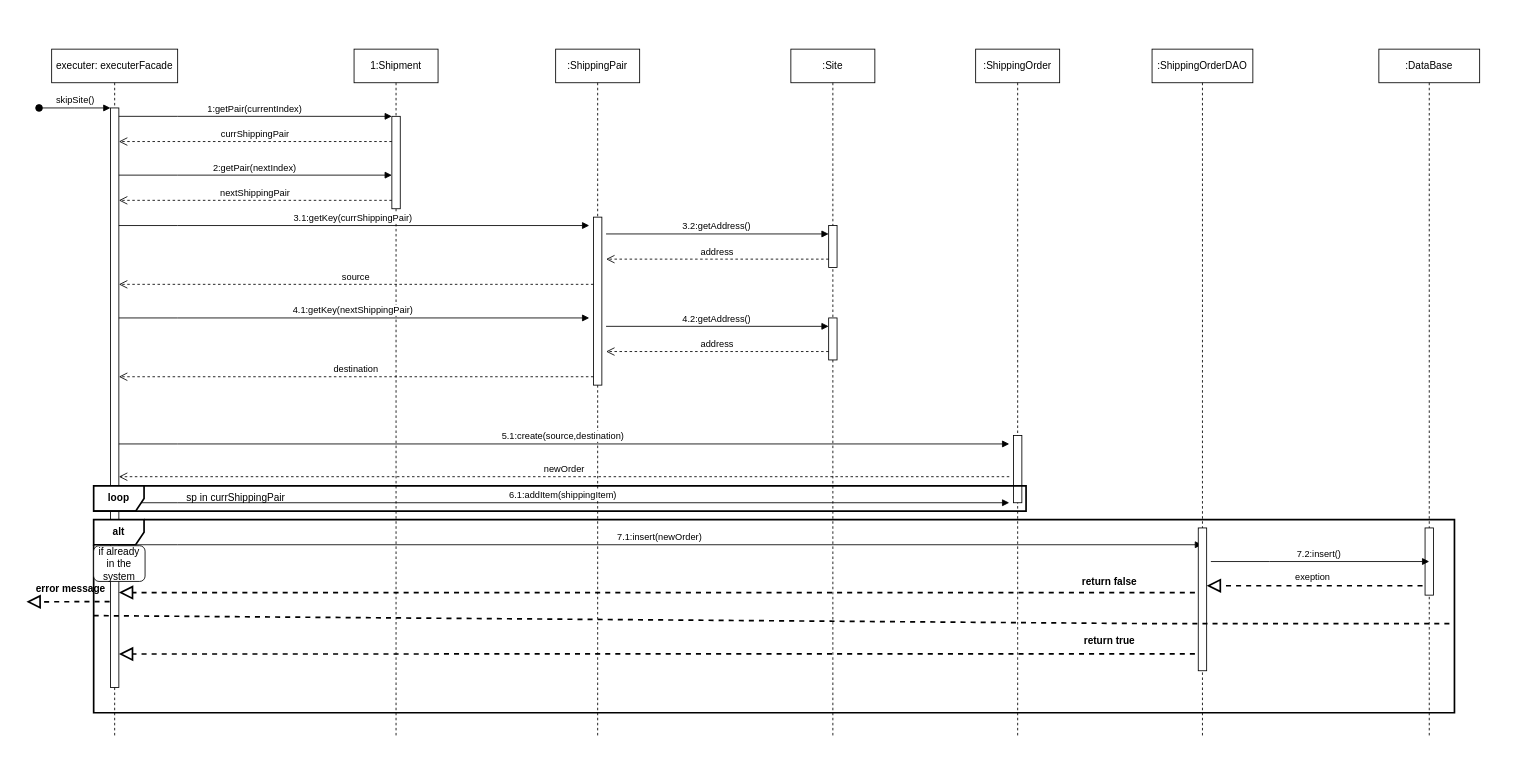
The draw.io diagram C5- SKIP SITE.drawio in omerad1/drw, before the edit. Source tidied: cells renumbered, new cells numbered last; positions are measured from the earlier drawing's top-left corner, leaving out a move shared by most shapes. Both pictures are drawn from the tidied source at 84%, with x=0, y=0 at pixel (26, 49).
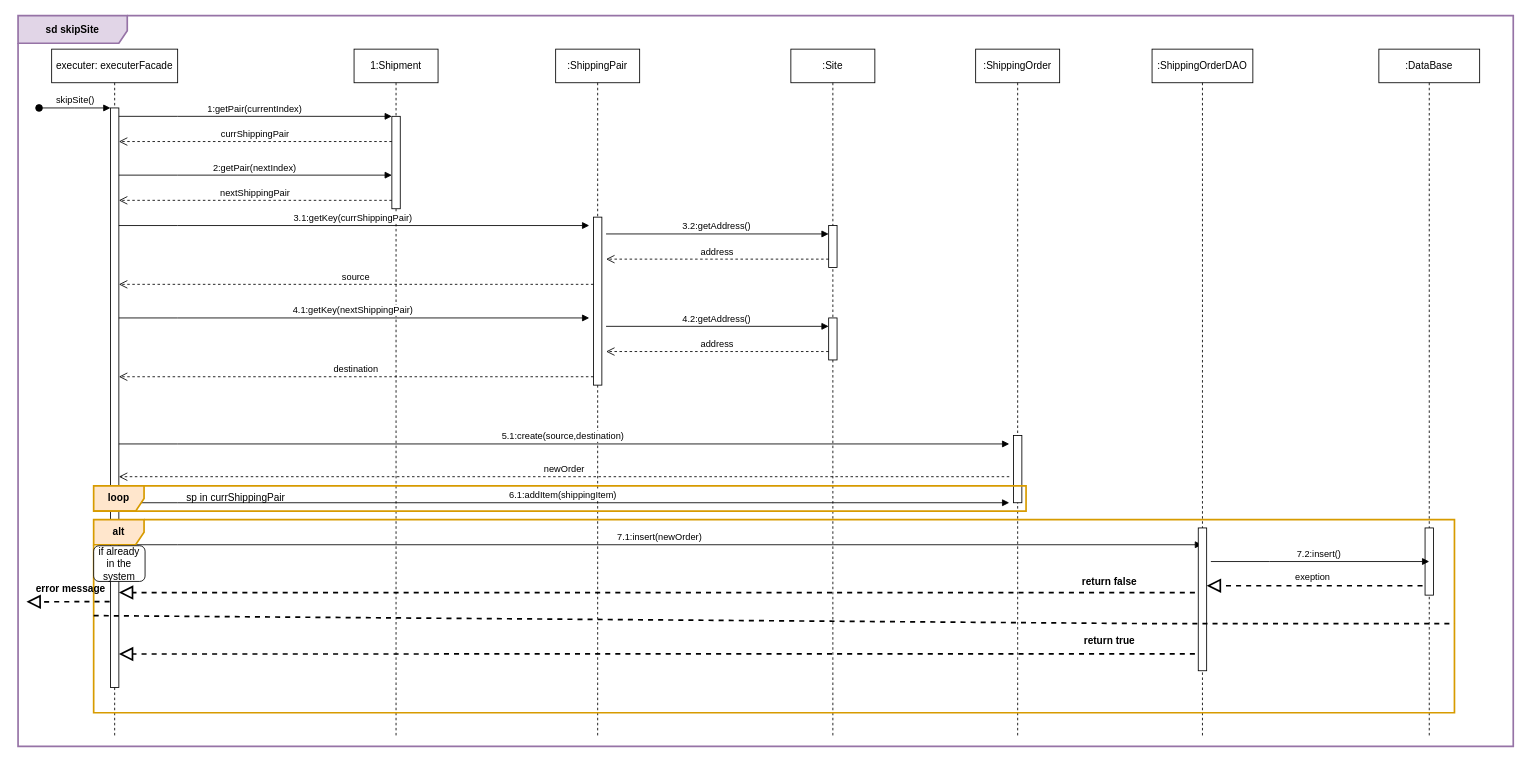
After the change.

The edit, as a diff of the source:
```diff
@@
-    <mxCell id="35" value="alt" style="shape=umlFrame;whiteSpace=wrap;html=1;fontStyle=1;strokeWidth=2;" parent="1" vertex="1">
+    <mxCell id="35" value="alt" style="shape=umlFrame;whiteSpace=wrap;html=1;fontStyle=1;strokeWidth=2;fillColor=#ffe6cc;strokeColor=#d79b00;" parent="1" vertex="1">
       <mxGeometry x="80" y="560" width="1620" height="230" as="geometry" />
     </mxCell>
@@
-    <mxCell id="44" value="if already in the system" style="text;html=1;strokeColor=none;fillColor=none;align=center;verticalAlign=middle;whiteSpace=wrap;rounded=0;" parent="1" vertex="1">
+    <mxCell id="44" value="if already in the system" style="text;html=1;align=center;verticalAlign=middle;whiteSpace=wrap;rounded=0;" parent="1" vertex="1">
       <mxGeometry x="80" y="597.5" width="61.2" height="30" as="geometry" />
     </mxCell>
@@
-    <mxCell id="47" value="loop" style="shape=umlFrame;whiteSpace=wrap;html=1;fontStyle=1;strokeWidth=2;" parent="1" vertex="1">
+    <mxCell id="47" value="loop" style="shape=umlFrame;whiteSpace=wrap;html=1;fontStyle=1;strokeWidth=2;fillColor=#ffe6cc;strokeColor=#d79b00;" parent="1" vertex="1">
       <mxGeometry x="80" y="520" width="1110" height="30" as="geometry" />
     </mxCell>
@@
+    <mxCell id="49" value="&lt;b style=&quot;border-color: var(--border-color);&quot;&gt;sd skipSite&lt;/b&gt;" style="shape=umlFrame;whiteSpace=wrap;html=1;strokeWidth=2;fillColor=#e1d5e7;strokeColor=#9673a6;width=130;height=33;" parent="1" vertex="1">
+      <mxGeometry x="-10" y="-40" width="1780" height="870" as="geometry" />
+    </mxCell>
```
